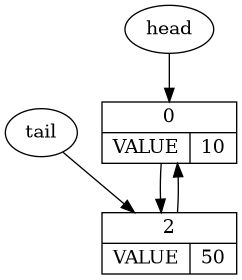
fckxorg/LinkedListArrays keeps this Graphviz diagram as cmake-build-debug/dump.png. Above is the earlier version. Its source is kept beside it as cmake-build-debug/dump.dot.
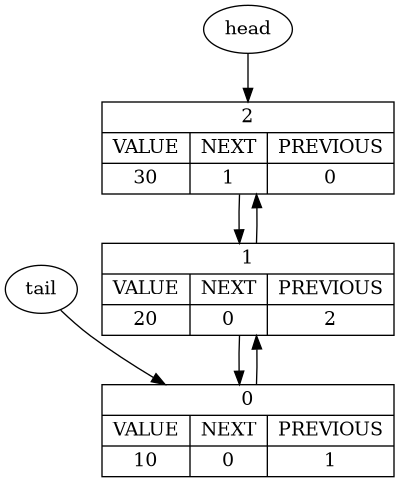
After the change.

The edit, as a diff of the source:
```diff
@@ -1,8 +1,11 @@
 digraph {
-node0[label="{{0}|{VALUE | 10}}",shape=record];
-node2[label="{{2}|{VALUE | 50}}",shape=record];
-node2 -> node0;
-node0 -> node2;
-head -> node0;
-tail -> node2;
+node2[label="{{2}|{{VALUE|30}|{NEXT|1}|{PREVIOUS|0}}}",shape=record];
+node1[label="{{1}|{{VALUE|20}|{NEXT|0}|{PREVIOUS|2}}}",shape=record];
+node1 -> node2;
+node2 -> node1;
+node0[label="{{0}|{{VALUE|10}|{NEXT|0}|{PREVIOUS|1}}}",shape=record];
+node0 -> node1;
+node1 -> node0;
+head -> node2;
+tail -> node0;
 }
```
